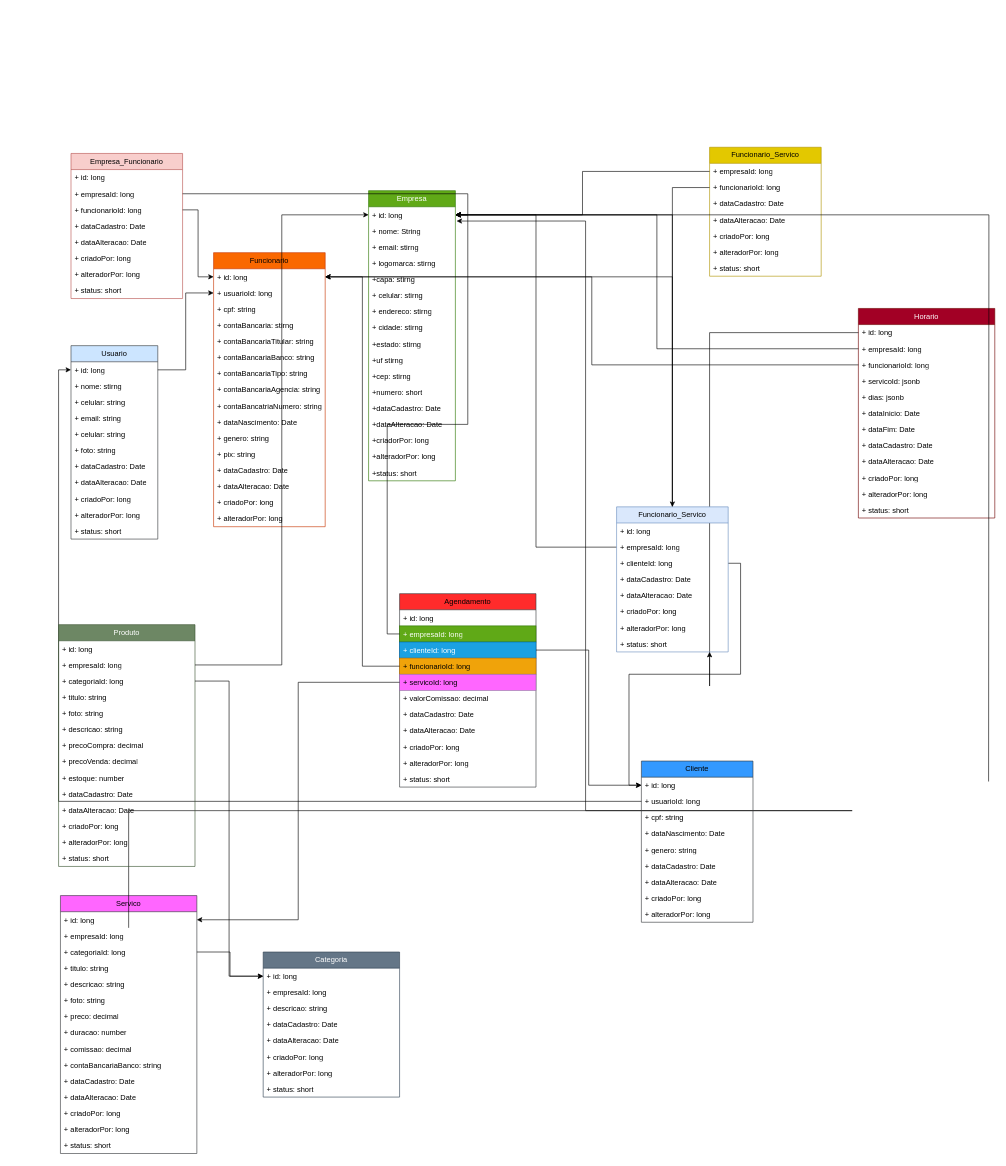
Earlier version of the draw.io diagram Diagrama sem nome.drawio (elsoncosta/GoBarber). Source tidied: cells renumbered, new cells numbered last; positions are measured from the earlier drawing's top-left corner, leaving out a move shared by most shapes. Both pictures are drawn from the tidied source at 62%, with x=0, y=0 at pixel (58, 147).
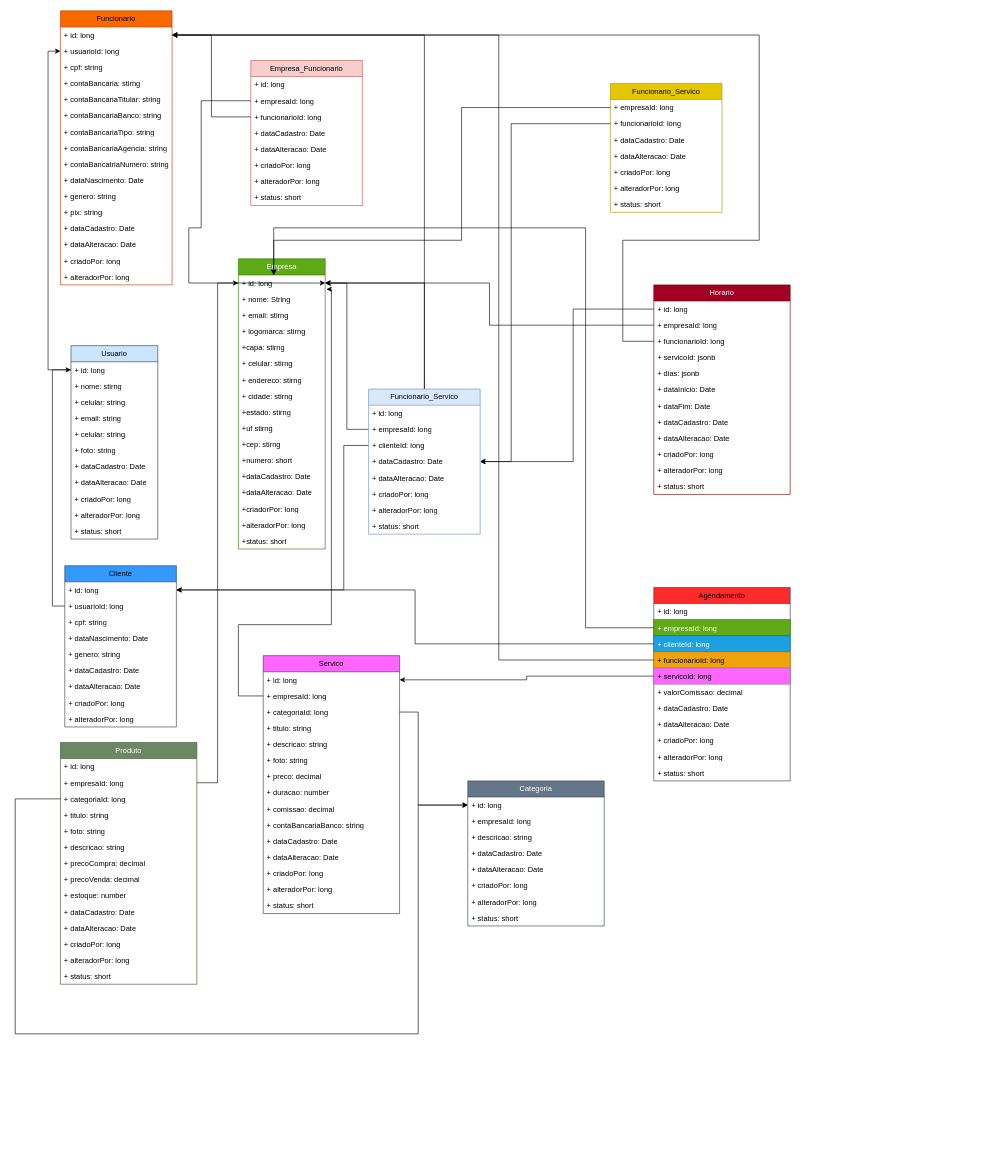
The same page after the edit.

The change refers to these unchanged cells:
```xml
<mxCell id="3" value="+ id: long" style="text;strokeColor=none;fillColor=none;align=left;verticalAlign=top;spacingLeft=4;spacingRight=4;overflow=hidden;points=[[0,0.5],[1,0.5]];portConstraint=eastwest;whiteSpace=wrap;html=1;" parent="2" vertex="1">
  <mxGeometry y="26" width="140" height="26" as="geometry" />
</mxCell>
<mxCell id="21" value="+ id: long" style="text;strokeColor=none;fillColor=none;align=left;verticalAlign=top;spacingLeft=4;spacingRight=4;overflow=hidden;points=[[0,0.5],[1,0.5]];portConstraint=eastwest;whiteSpace=wrap;html=1;" parent="20" vertex="1">
  <mxGeometry y="26" width="140" height="26" as="geometry" />
</mxCell>
<mxCell id="33" value="+ id: long" style="text;strokeColor=none;fillColor=none;align=left;verticalAlign=top;spacingLeft=4;spacingRight=4;overflow=hidden;points=[[0,0.5],[1,0.5]];portConstraint=eastwest;whiteSpace=wrap;html=1;" parent="32" vertex="1">
  <mxGeometry y="26" width="180" height="26" as="geometry" />
</mxCell>
<mxCell id="34" value="+ usuarioId: long" style="text;strokeColor=none;fillColor=none;align=left;verticalAlign=top;spacingLeft=4;spacingRight=4;overflow=hidden;points=[[0,0.5],[1,0.5]];portConstraint=eastwest;whiteSpace=wrap;html=1;" parent="32" vertex="1">
  <mxGeometry y="52" width="180" height="26" as="geometry" />
</mxCell>
<mxCell id="51" value="+ empresaId: long" style="text;strokeColor=none;fillColor=none;align=left;verticalAlign=top;spacingLeft=4;spacingRight=4;overflow=hidden;points=[[0,0.5],[1,0.5]];portConstraint=eastwest;whiteSpace=wrap;html=1;" parent="49" vertex="1">
  <mxGeometry y="52" width="220" height="26" as="geometry" />
</mxCell>
<mxCell id="52" value="+ categoriaId: long" style="text;strokeColor=none;fillColor=none;align=left;verticalAlign=top;spacingLeft=4;spacingRight=4;overflow=hidden;points=[[0,0.5],[1,0.5]];portConstraint=eastwest;whiteSpace=wrap;html=1;" parent="49" vertex="1">
  <mxGeometry y="78" width="220" height="26" as="geometry" />
</mxCell>
<mxCell id="66" value="+ id: long" style="text;strokeColor=none;fillColor=none;align=left;verticalAlign=top;spacingLeft=4;spacingRight=4;overflow=hidden;points=[[0,0.5],[1,0.5]];portConstraint=eastwest;whiteSpace=wrap;html=1;" parent="65" vertex="1">
  <mxGeometry y="26" width="220" height="26" as="geometry" />
</mxCell>
<mxCell id="68" value="+ funcionarioId: long" style="text;strokeColor=none;fillColor=none;align=left;verticalAlign=top;spacingLeft=4;spacingRight=4;overflow=hidden;points=[[0,0.5],[1,0.5]];portConstraint=eastwest;whiteSpace=wrap;html=1;" parent="65" vertex="1">
  <mxGeometry y="78" width="220" height="26" as="geometry" />
</mxCell>
<mxCell id="80" value="+ empresaId: long" style="text;strokeColor=none;fillColor=none;align=left;verticalAlign=top;spacingLeft=4;spacingRight=4;overflow=hidden;points=[[0,0.5],[1,0.5]];portConstraint=eastwest;whiteSpace=wrap;html=1;" parent="78" vertex="1">
  <mxGeometry y="52" width="180" height="26" as="geometry" />
</mxCell>
<mxCell id="89" value="+ empresaId: long" style="text;strokeColor=none;fillColor=none;align=left;verticalAlign=top;spacingLeft=4;spacingRight=4;overflow=hidden;points=[[0,0.5],[1,0.5]];portConstraint=eastwest;whiteSpace=wrap;html=1;" parent="88" vertex="1">
  <mxGeometry y="26" width="180" height="26" as="geometry" />
</mxCell>
<mxCell id="90" value="+ funcionarioId: long" style="text;strokeColor=none;fillColor=none;align=left;verticalAlign=top;spacingLeft=4;spacingRight=4;overflow=hidden;points=[[0,0.5],[1,0.5]];portConstraint=eastwest;whiteSpace=wrap;html=1;" parent="88" vertex="1">
  <mxGeometry y="52" width="180" height="26" as="geometry" />
</mxCell>
<mxCell id="103" value="+ id: long" style="text;strokeColor=none;fillColor=none;align=left;verticalAlign=top;spacingLeft=4;spacingRight=4;overflow=hidden;points=[[0,0.5],[1,0.5]];portConstraint=eastwest;whiteSpace=wrap;html=1;" parent="102" vertex="1">
  <mxGeometry y="26" width="180" height="26" as="geometry" />
</mxCell>
<mxCell id="117" value="+ empresaId: long" style="text;strokeColor=#2D7600;fillColor=#60a917;align=left;verticalAlign=top;spacingLeft=4;spacingRight=4;overflow=hidden;points=[[0,0.5],[1,0.5]];portConstraint=eastwest;whiteSpace=wrap;html=1;fontColor=#ffffff;" parent="115" vertex="1">
  <mxGeometry y="52" width="220" height="26" as="geometry" />
</mxCell>
<mxCell id="119" value="+ funcionarioId: long" style="text;strokeColor=#BD7000;fillColor=#f0a30a;align=left;verticalAlign=top;spacingLeft=4;spacingRight=4;overflow=hidden;points=[[0,0.5],[1,0.5]];portConstraint=eastwest;whiteSpace=wrap;html=1;fontColor=#000000;" parent="115" vertex="1">
  <mxGeometry y="104" width="220" height="26" as="geometry" />
</mxCell>
<mxCell id="134" value="+ categoriaId: long" style="text;strokeColor=none;fillColor=none;align=left;verticalAlign=top;spacingLeft=4;spacingRight=4;overflow=hidden;points=[[0,0.5],[1,0.5]];portConstraint=eastwest;whiteSpace=wrap;html=1;" parent="131" vertex="1">
  <mxGeometry y="78" width="220" height="26" as="geometry" />
</mxCell>
<mxCell id="149" value="+ id: long" style="text;strokeColor=none;fillColor=none;align=left;verticalAlign=top;spacingLeft=4;spacingRight=4;overflow=hidden;points=[[0,0.5],[1,0.5]];portConstraint=eastwest;whiteSpace=wrap;html=1;" parent="148" vertex="1">
  <mxGeometry y="26" width="220" height="26" as="geometry" />
</mxCell>
<mxCell id="166" value="+ clienteId: long" style="text;strokeColor=none;fillColor=none;align=left;verticalAlign=top;spacingLeft=4;spacingRight=4;overflow=hidden;points=[[0,0.5],[1,0.5]];portConstraint=eastwest;whiteSpace=wrap;html=1;" parent="163" vertex="1">
  <mxGeometry y="78" width="180" height="26" as="geometry" />
</mxCell>
```

Diff of the diagram source:
```diff
@@
     <mxCell id="2" value="Empresa" style="swimlane;fontStyle=0;horizontal=1;startSize=26;fillColor=#60a917;whiteSpace=wrap;html=1;strokeColor=#2D7600;fontColor=#ffffff;" parent="1" vertex="1">
-      <mxGeometry x="500" y="70" width="140" height="468" as="geometry" />
+      <mxGeometry x="290" y="180" width="140" height="468" as="geometry" />
     </mxCell>
@@
     <mxCell id="32" value="Funcionario" style="swimlane;fontStyle=0;horizontal=1;startSize=26;fillColor=#fa6800;whiteSpace=wrap;html=1;strokeColor=#C73500;fontColor=#000000;" parent="1" vertex="1">
-      <mxGeometry x="250" y="170" width="180" height="442" as="geometry" />
+      <mxGeometry x="3" y="-220" width="180" height="442" as="geometry" />
     </mxCell>
@@
     <mxCell id="49" value="Servico" style="swimlane;fontStyle=0;horizontal=1;startSize=26;fillColor=#FF66FF;whiteSpace=wrap;html=1;strokeColor=#36393d;" parent="1" vertex="1">
-      <mxGeometry x="3" y="1207" width="220" height="416" as="geometry" />
+      <mxGeometry x="330" y="820" width="220" height="416" as="geometry" />
     </mxCell>
@@
     <mxCell id="65" value="Horario" style="swimlane;fontStyle=0;horizontal=1;startSize=26;fillColor=#a20025;whiteSpace=wrap;html=1;strokeColor=#6F0000;fontColor=#ffffff;" parent="1" vertex="1">
-      <mxGeometry x="1290" y="260" width="220" height="338" as="geometry" />
+      <mxGeometry x="960" y="222" width="220" height="338" as="geometry" />
     </mxCell>
@@
     <mxCell id="78" value="Empresa_Funcionario" style="swimlane;fontStyle=0;horizontal=1;startSize=26;fillColor=#f8cecc;whiteSpace=wrap;html=1;strokeColor=#b85450;" parent="1" vertex="1">
-      <mxGeometry x="20" y="10" width="180" height="234" as="geometry" />
+      <mxGeometry x="310" y="-140" width="180" height="234" as="geometry" />
     </mxCell>
@@
     <mxCell id="87" style="edgeStyle=orthogonalEdgeStyle;rounded=0;jettySize=auto;html=1;entryX=1;entryY=0.5;entryDx=0;entryDy=0;" parent="1" edge="1" source="80" target="3">
-      <mxGeometry relative="1" as="geometry" />
+      <mxGeometry relative="1" as="geometry">
+        <Array as="points">
+          <mxPoint x="230" y="-75" />
+          <mxPoint x="230" y="130" />
+          <mxPoint x="210" y="130" />
+          <mxPoint x="210" y="219" />
+        </Array>
+      </mxGeometry>
     </mxCell>
     <mxCell id="88" value="Funcionario_Servico" style="swimlane;fontStyle=0;horizontal=1;startSize=26;fillColor=#e3c800;whiteSpace=wrap;html=1;strokeColor=#B09500;fontColor=#000000;" parent="1" vertex="1">
-      <mxGeometry x="1050" width="180" height="208" as="geometry" />
+      <mxGeometry x="890" y="-103" width="180" height="208" as="geometry" />
     </mxCell>
@@
     <mxCell id="96" style="edgeStyle=orthogonalEdgeStyle;rounded=0;jettySize=auto;html=1;entryX=1.014;entryY=0.885;entryDx=0;entryDy=0;entryPerimeter=0;" parent="1" edge="1" source="51" target="3">
       <mxGeometry relative="1" as="geometry">
         <Array as="points">
-          <mxPoint x="1280" y="1070" />
-          <mxPoint x="850" y="1070" />
-          <mxPoint x="850" y="429" />
+          <mxPoint x="290" y="885" />
+          <mxPoint x="290" y="770" />
+          <mxPoint x="440" y="770" />
+          <mxPoint x="440" y="229" />
         </Array>
       </mxGeometry>
     </mxCell>
@@
     <mxCell id="99" style="edgeStyle=orthogonalEdgeStyle;rounded=0;jettySize=auto;html=1;" parent="1" edge="1" source="21" target="34">
-      <mxGeometry relative="1" as="geometry" />
+      <mxGeometry relative="1" as="geometry">
+        <Array as="points">
+          <mxPoint x="-17" y="359" />
+          <mxPoint x="-17" y="-155" />
+        </Array>
+      </mxGeometry>
     </mxCell>
     <mxCell id="100" style="edgeStyle=orthogonalEdgeStyle;rounded=0;jettySize=auto;html=1;" parent="1" edge="1" source="89" target="3">
-      <mxGeometry relative="1" as="geometry" />
+      <mxGeometry relative="1" as="geometry">
+        <Array as="points">
+          <mxPoint x="650" y="-64" />
+          <mxPoint x="650" y="150" />
+          <mxPoint x="347" y="150" />
+        </Array>
+      </mxGeometry>
     </mxCell>
@@
     <mxCell id="102" value="Cliente" style="swimlane;fontStyle=0;horizontal=1;startSize=26;fillColor=#3399FF;whiteSpace=wrap;html=1;strokeColor=#36393d;" parent="1" vertex="1">
-      <mxGeometry x="940" y="990" width="180" height="260" as="geometry" />
+      <mxGeometry x="10" y="675" width="180" height="260" as="geometry" />
     </mxCell>
@@
     <mxCell id="113" style="edgeStyle=orthogonalEdgeStyle;rounded=0;jettySize=auto;html=1;" parent="1" edge="1" source="166" target="103">
-      <mxGeometry relative="1" as="geometry" />
+      <mxGeometry relative="1" as="geometry">
+        <Array as="points">
+          <mxPoint x="460" y="481" />
+          <mxPoint x="460" y="714" />
+        </Array>
+      </mxGeometry>
     </mxCell>
@@
     <mxCell id="115" value="Agendamento" style="swimlane;fontStyle=0;horizontal=1;startSize=26;fillColor=#FF2B2B;whiteSpace=wrap;html=1;strokeColor=#36393d;" parent="1" vertex="1">
-      <mxGeometry x="550" y="720" width="220" height="312" as="geometry" />
+      <mxGeometry x="960" y="710" width="220" height="312" as="geometry" />
     </mxCell>
@@
-    <mxCell id="127" style="edgeStyle=orthogonalEdgeStyle;rounded=0;jettySize=auto;html=1;" parent="1" edge="1" target="3">
-      <mxGeometry relative="1" as="geometry">
-        <mxPoint x="1500" y="1023" as="sourcePoint" />
-      </mxGeometry>
-    </mxCell>
@@
     <mxCell id="129" style="edgeStyle=orthogonalEdgeStyle;rounded=0;jettySize=auto;html=1;" parent="1" edge="1" source="119" target="33">
-      <mxGeometry relative="1" as="geometry" />
+      <mxGeometry relative="1" as="geometry">
+        <Array as="points">
+          <mxPoint x="710" y="827" />
+          <mxPoint x="710" y="-181" />
+        </Array>
+      </mxGeometry>
     </mxCell>
@@
     <mxCell id="131" value="Produto" style="swimlane;fontStyle=0;horizontal=1;startSize=26;fillColor=#6d8764;whiteSpace=wrap;html=1;strokeColor=#3A5431;fontColor=#ffffff;" parent="1" vertex="1">
-      <mxGeometry y="770" width="220" height="390" as="geometry" />
+      <mxGeometry x="3" y="960" width="220" height="390" as="geometry" />
     </mxCell>
@@
     <mxCell id="147" style="edgeStyle=orthogonalEdgeStyle;rounded=0;jettySize=auto;html=1;" parent="1" edge="1" source="90" target="163">
-      <mxGeometry relative="1" as="geometry" />
+      <mxGeometry relative="1" as="geometry">
+        <Array as="points">
+          <mxPoint x="730" y="-38" />
+          <mxPoint x="730" y="507" />
+        </Array>
+      </mxGeometry>
     </mxCell>
     <mxCell id="148" value="Categoria" style="swimlane;fontStyle=0;horizontal=1;startSize=26;fillColor=#647687;whiteSpace=wrap;html=1;strokeColor=#314354;swimlaneFillColor=none;fontColor=#ffffff;" parent="1" vertex="1">
-      <mxGeometry x="330" y="1298" width="220" height="234" as="geometry" />
+      <mxGeometry x="660" y="1022" width="220" height="234" as="geometry" />
     </mxCell>
@@
     <mxCell id="157" style="edgeStyle=orthogonalEdgeStyle;rounded=0;jettySize=auto;html=1;entryX=0;entryY=0.5;entryDx=0;entryDy=0;" parent="1" edge="1" source="134" target="149">
-      <mxGeometry relative="1" as="geometry" />
+      <mxGeometry relative="1" as="geometry">
+        <Array as="points">
+          <mxPoint x="-70" y="1051" />
+          <mxPoint x="-70" y="1430" />
+          <mxPoint x="580" y="1430" />
+          <mxPoint x="580" y="1061" />
+        </Array>
+      </mxGeometry>
     </mxCell>
     <mxCell id="158" style="edgeStyle=orthogonalEdgeStyle;rounded=0;jettySize=auto;html=1;" parent="1" edge="1" source="52" target="149">
-      <mxGeometry relative="1" as="geometry" />
+      <mxGeometry relative="1" as="geometry">
+        <Array as="points">
+          <mxPoint x="580" y="911" />
+          <mxPoint x="580" y="1061" />
+        </Array>
+      </mxGeometry>
     </mxCell>
     <mxCell id="159" style="edgeStyle=orthogonalEdgeStyle;rounded=0;jettySize=auto;html=1;" parent="1" edge="1" source="117" target="3">
-      <mxGeometry relative="1" as="geometry" />
+      <mxGeometry relative="1" as="geometry">
+        <Array as="points">
+          <mxPoint x="850" y="775" />
+          <mxPoint x="850" y="130" />
+          <mxPoint x="347" y="130" />
+        </Array>
+      </mxGeometry>
     </mxCell>
     <mxCell id="160" style="edgeStyle=orthogonalEdgeStyle;rounded=0;jettySize=auto;html=1;" parent="1" edge="1" source="68" target="33">
-      <mxGeometry relative="1" as="geometry" />
+      <mxGeometry relative="1" as="geometry">
+        <Array as="points">
+          <mxPoint x="910" y="313" />
+          <mxPoint x="910" y="150" />
+          <mxPoint x="1130" y="150" />
+          <mxPoint x="1130" y="-181" />
+        </Array>
+      </mxGeometry>
     </mxCell>
@@
     <mxCell id="162" style="edgeStyle=orthogonalEdgeStyle;rounded=0;jettySize=auto;html=1;" parent="1" edge="1" source="66" target="163">
       <mxGeometry relative="1" as="geometry">
         <Array as="points">
-          <mxPoint x="1050" y="869" />
-          <mxPoint x="1050" y="419" />
+          <mxPoint x="830" y="261" />
+          <mxPoint x="830" y="507" />
         </Array>
       </mxGeometry>
     </mxCell>
     <mxCell id="163" value="Funcionario_Servico" style="swimlane;fontStyle=0;horizontal=1;startSize=26;fillColor=#dae8fc;whiteSpace=wrap;html=1;strokeColor=#6c8ebf;" parent="1" vertex="1">
-      <mxGeometry x="900" y="580" width="180" height="234" as="geometry" />
+      <mxGeometry x="500" y="390" width="180" height="234" as="geometry" />
     </mxCell>
```
